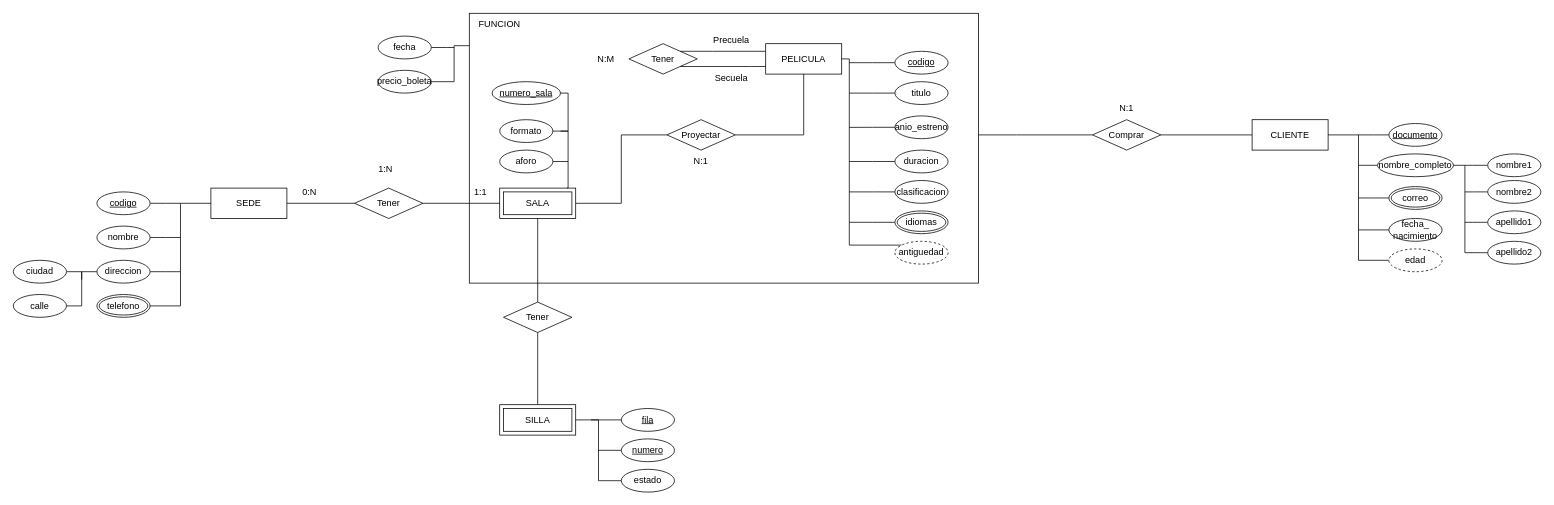
Before: Modelado/Parcial_Nocturna_DB1.drawio in jcabarcasr/Investigaciones-DB1-DB2, a draw.io diagram. Source tidied: cells renumbered, new cells numbered last; positions are measured from the earlier drawing's top-left corner, leaving out a move shared by most shapes. Both pictures are drawn from the tidied source at 76%, with x=0, y=0 at pixel (13, 13).
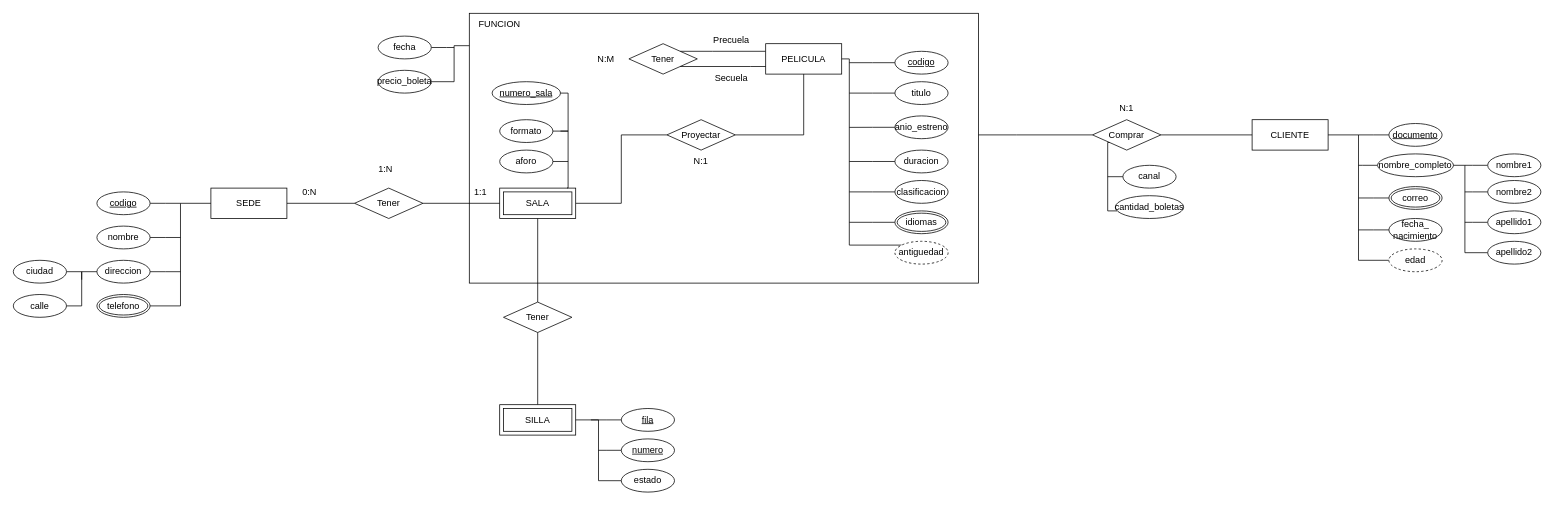
Above is the later version.

The change refers to these unchanged cells:
```xml
<mxCell id="91" value="Comprar" style="shape=rhombus;perimeter=rhombusPerimeter;whiteSpace=wrap;html=1;align=center;" parent="1" vertex="1">
  <mxGeometry x="1420" y="140" width="90" height="40" as="geometry" />
</mxCell>
```

Diff of the diagram source:
```diff
@@
+    <mxCell id="94" style="edgeStyle=orthogonalEdgeStyle;rounded=0;jettySize=auto;html=1;entryX=0;entryY=1;entryDx=0;entryDy=0;fontFamily=Helvetica;fontSize=12;fontColor=default;endArrow=none;endFill=0;" parent="1" edge="1" source="95" target="91">
+      <mxGeometry relative="1" as="geometry">
+        <Array as="points">
+          <mxPoint x="1440" y="260" />
+          <mxPoint x="1440" y="170" />
+        </Array>
+      </mxGeometry>
+    </mxCell>
+    <mxCell id="95" value="cantidad_boletas" style="ellipse;whiteSpace=wrap;html=1;align=center;" parent="1" vertex="1">
+      <mxGeometry x="1450" y="240" width="90" height="30" as="geometry" />
+    </mxCell>
+    <mxCell id="96" style="edgeStyle=orthogonalEdgeStyle;rounded=0;jettySize=auto;html=1;fontFamily=Helvetica;fontSize=12;fontColor=default;endArrow=none;endFill=0;" parent="1" edge="1" source="97">
+      <mxGeometry relative="1" as="geometry">
+        <mxPoint x="1440" y="215" as="targetPoint" />
+      </mxGeometry>
+    </mxCell>
+    <mxCell id="97" value="canal" style="ellipse;whiteSpace=wrap;html=1;align=center;" parent="1" vertex="1">
+      <mxGeometry x="1460" y="200" width="70" height="30" as="geometry" />
+    </mxCell>
```
